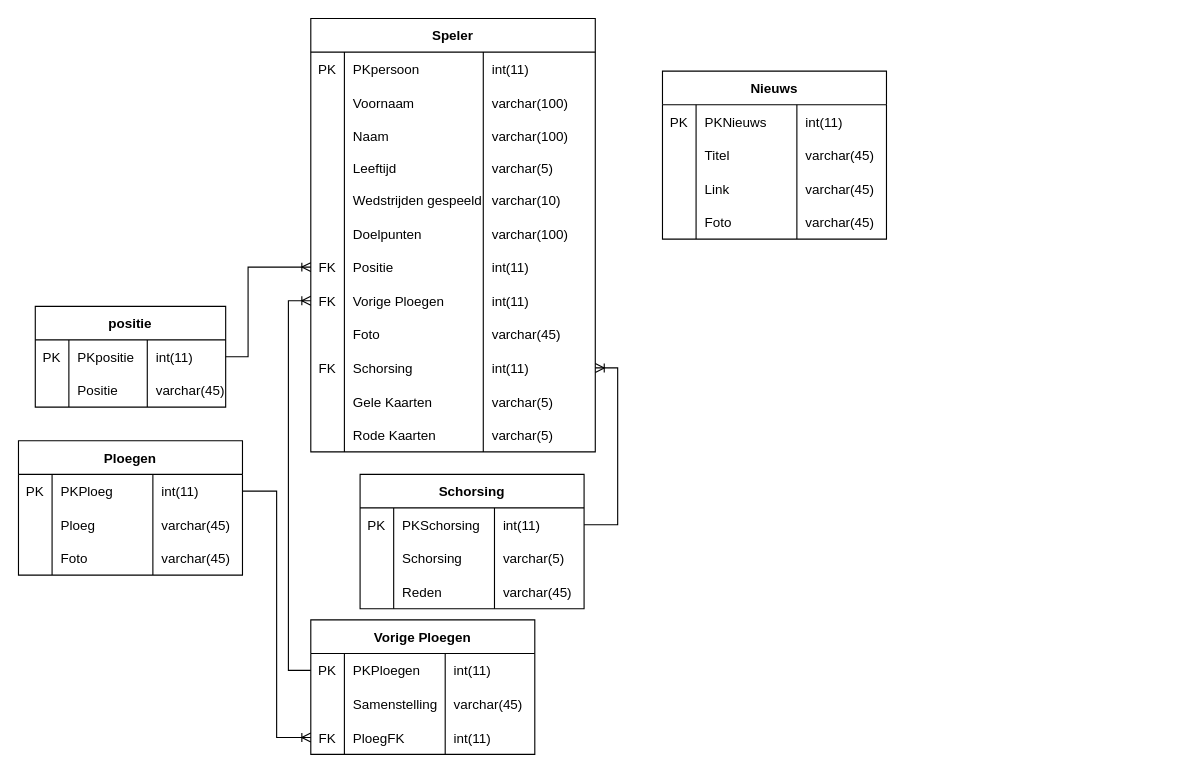
Before: DatbankNeerwinden.drawio in GIP-Qual-IT/Website, a draw.io diagram. Source tidied: cells renumbered, new cells numbered last; positions are measured from the earlier drawing's top-left corner, leaving out a move shared by most shapes. Both pictures are drawn from the tidied source at 112%, with x=0, y=0 at pixel (18, 18).
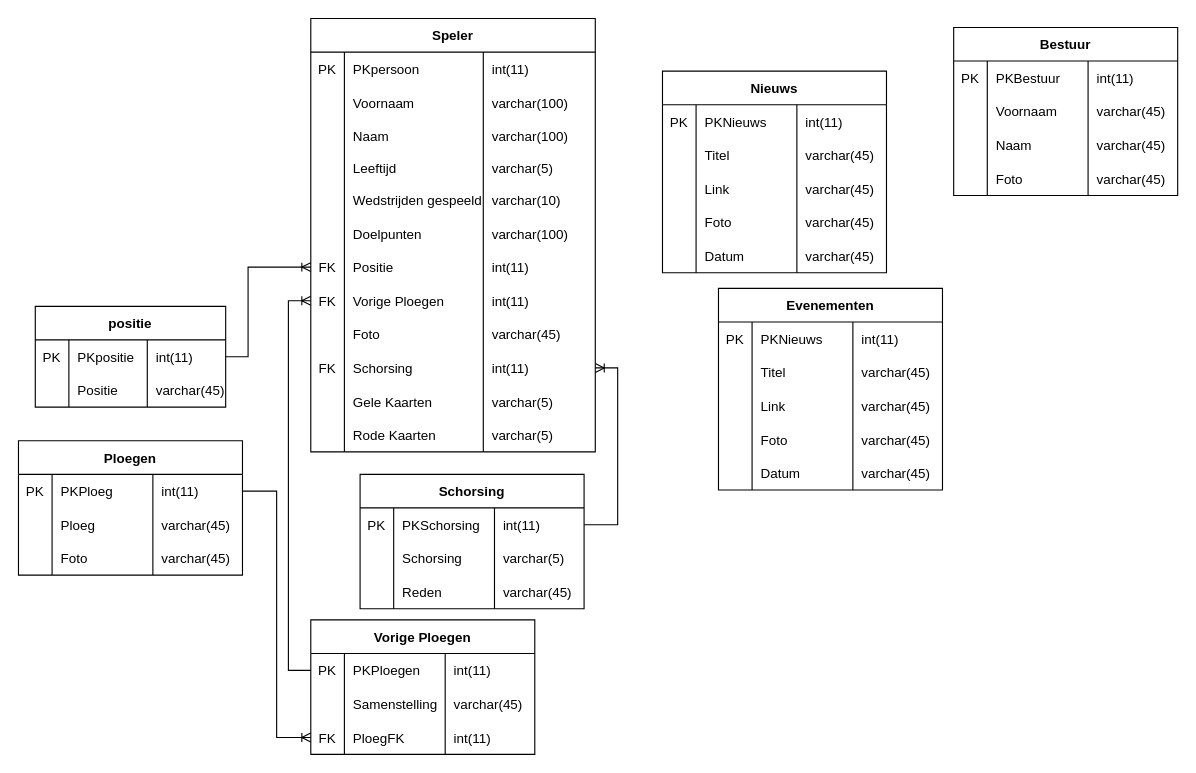
Above is the later version.

Change to the diagram source:
```diff
@@
     <mxCell id="103" value="Nieuws" style="shape=table;startSize=30;childLayout=tableLayout;rowLines=0;fontStyle=1;align=center;rounded=0;" parent="1" vertex="1">
-      <mxGeometry x="575" y="47" width="200" height="150" as="geometry" />
+      <mxGeometry x="575" y="47" width="200" height="180" as="geometry" />
     </mxCell>
@@
+    <mxCell id="120" style="shape=tableRow;horizontal=0;startSize=0;swimlaneHead=0;swimlaneBody=0;fillColor=none;top=0;left=0;right=0;bottom=0;rounded=0;" parent="103" vertex="1">
+      <mxGeometry y="150" width="200" height="30" as="geometry" />
+    </mxCell>
+    <mxCell id="121" style="shape=partialRectangle;overflow=hidden;fillColor=none;top=0;left=0;bottom=0;right=0;rounded=0;" parent="120" vertex="1">
+      <mxGeometry width="30" height="30" as="geometry" />
+    </mxCell>
+    <mxCell id="122" value="Datum" style="shape=partialRectangle;overflow=hidden;fillColor=none;align=left;top=0;left=0;bottom=0;right=0;spacingLeft=6;rounded=0;" parent="120" vertex="1">
+      <mxGeometry x="30" width="90" height="30" as="geometry" />
+    </mxCell>
+    <mxCell id="123" value="varchar(45)" style="shape=partialRectangle;overflow=hidden;fillColor=none;align=left;top=0;left=0;bottom=0;right=0;spacingLeft=6;rounded=0;" parent="120" vertex="1">
+      <mxGeometry x="120" width="80" height="30" as="geometry" />
+    </mxCell>
+    <mxCell id="124" value="Evenementen" style="shape=table;startSize=30;childLayout=tableLayout;rowLines=0;fontStyle=1;align=center;rounded=0;" parent="1" vertex="1">
+      <mxGeometry x="625" y="241" width="200" height="180" as="geometry" />
+    </mxCell>
+    <mxCell id="125" style="shape=tableRow;horizontal=0;startSize=0;swimlaneHead=0;swimlaneBody=0;fillColor=none;top=0;left=0;right=0;bottom=0;rounded=0;" parent="124" vertex="1">
+      <mxGeometry y="30" width="200" height="30" as="geometry" />
+    </mxCell>
+    <mxCell id="126" value="PK" style="shape=partialRectangle;overflow=hidden;fillColor=none;top=0;left=0;bottom=0;right=0;rounded=0;" parent="125" vertex="1">
+      <mxGeometry width="30" height="30" as="geometry" />
+    </mxCell>
+    <mxCell id="127" value="PKNieuws" style="shape=partialRectangle;overflow=hidden;fillColor=none;align=left;top=0;left=0;bottom=0;right=0;spacingLeft=6;rounded=0;" parent="125" vertex="1">
+      <mxGeometry x="30" width="90" height="30" as="geometry" />
+    </mxCell>
+    <mxCell id="128" value="int(11)" style="shape=partialRectangle;overflow=hidden;fillColor=none;align=left;top=0;left=0;bottom=0;right=0;spacingLeft=6;rounded=0;" parent="125" vertex="1">
+      <mxGeometry x="120" width="80" height="30" as="geometry" />
+    </mxCell>
+    <mxCell id="129" style="shape=tableRow;horizontal=0;startSize=0;swimlaneHead=0;swimlaneBody=0;fillColor=none;top=0;left=0;right=0;bottom=0;rounded=0;" parent="124" vertex="1">
+      <mxGeometry y="60" width="200" height="30" as="geometry" />
+    </mxCell>
+    <mxCell id="130" style="shape=partialRectangle;overflow=hidden;fillColor=none;top=0;left=0;bottom=0;right=0;rounded=0;" parent="129" vertex="1">
+      <mxGeometry width="30" height="30" as="geometry" />
+    </mxCell>
+    <mxCell id="131" value="Titel" style="shape=partialRectangle;overflow=hidden;fillColor=none;align=left;top=0;left=0;bottom=0;right=0;spacingLeft=6;rounded=0;" parent="129" vertex="1">
+      <mxGeometry x="30" width="90" height="30" as="geometry" />
+    </mxCell>
+    <mxCell id="132" value="varchar(45)" style="shape=partialRectangle;overflow=hidden;fillColor=none;align=left;top=0;left=0;bottom=0;right=0;spacingLeft=6;rounded=0;" parent="129" vertex="1">
+      <mxGeometry x="120" width="80" height="30" as="geometry" />
+    </mxCell>
+    <mxCell id="133" style="shape=tableRow;horizontal=0;startSize=0;swimlaneHead=0;swimlaneBody=0;fillColor=none;top=0;left=0;right=0;bottom=0;rounded=0;" parent="124" vertex="1">
+      <mxGeometry y="90" width="200" height="30" as="geometry" />
+    </mxCell>
+    <mxCell id="134" style="shape=partialRectangle;overflow=hidden;fillColor=none;top=0;left=0;bottom=0;right=0;rounded=0;" parent="133" vertex="1">
+      <mxGeometry width="30" height="30" as="geometry" />
+    </mxCell>
+    <mxCell id="135" value="Link" style="shape=partialRectangle;overflow=hidden;fillColor=none;align=left;top=0;left=0;bottom=0;right=0;spacingLeft=6;rounded=0;" parent="133" vertex="1">
+      <mxGeometry x="30" width="90" height="30" as="geometry" />
+    </mxCell>
+    <mxCell id="136" value="varchar(45)" style="shape=partialRectangle;overflow=hidden;fillColor=none;align=left;top=0;left=0;bottom=0;right=0;spacingLeft=6;rounded=0;" parent="133" vertex="1">
+      <mxGeometry x="120" width="80" height="30" as="geometry" />
+    </mxCell>
+    <mxCell id="137" style="shape=tableRow;horizontal=0;startSize=0;swimlaneHead=0;swimlaneBody=0;fillColor=none;top=0;left=0;right=0;bottom=0;rounded=0;" parent="124" vertex="1">
+      <mxGeometry y="120" width="200" height="30" as="geometry" />
+    </mxCell>
+    <mxCell id="138" style="shape=partialRectangle;overflow=hidden;fillColor=none;top=0;left=0;bottom=0;right=0;rounded=0;" parent="137" vertex="1">
+      <mxGeometry width="30" height="30" as="geometry" />
+    </mxCell>
+    <mxCell id="139" value="Foto" style="shape=partialRectangle;overflow=hidden;fillColor=none;align=left;top=0;left=0;bottom=0;right=0;spacingLeft=6;rounded=0;" parent="137" vertex="1">
+      <mxGeometry x="30" width="90" height="30" as="geometry" />
+    </mxCell>
+    <mxCell id="140" value="varchar(45)" style="shape=partialRectangle;overflow=hidden;fillColor=none;align=left;top=0;left=0;bottom=0;right=0;spacingLeft=6;rounded=0;" parent="137" vertex="1">
+      <mxGeometry x="120" width="80" height="30" as="geometry" />
+    </mxCell>
+    <mxCell id="141" style="shape=tableRow;horizontal=0;startSize=0;swimlaneHead=0;swimlaneBody=0;fillColor=none;top=0;left=0;right=0;bottom=0;rounded=0;" parent="124" vertex="1">
+      <mxGeometry y="150" width="200" height="30" as="geometry" />
+    </mxCell>
+    <mxCell id="142" style="shape=partialRectangle;overflow=hidden;fillColor=none;top=0;left=0;bottom=0;right=0;rounded=0;" parent="141" vertex="1">
+      <mxGeometry width="30" height="30" as="geometry" />
+    </mxCell>
+    <mxCell id="143" value="Datum" style="shape=partialRectangle;overflow=hidden;fillColor=none;align=left;top=0;left=0;bottom=0;right=0;spacingLeft=6;rounded=0;" parent="141" vertex="1">
+      <mxGeometry x="30" width="90" height="30" as="geometry" />
+    </mxCell>
+    <mxCell id="144" value="varchar(45)" style="shape=partialRectangle;overflow=hidden;fillColor=none;align=left;top=0;left=0;bottom=0;right=0;spacingLeft=6;rounded=0;" parent="141" vertex="1">
+      <mxGeometry x="120" width="80" height="30" as="geometry" />
+    </mxCell>
+    <mxCell id="145" value="Bestuur" style="shape=table;startSize=30;childLayout=tableLayout;rowLines=0;fontStyle=1;align=center;rounded=0;" parent="1" vertex="1">
+      <mxGeometry x="835" y="8" width="200" height="150" as="geometry" />
+    </mxCell>
+    <mxCell id="146" style="shape=tableRow;horizontal=0;startSize=0;swimlaneHead=0;swimlaneBody=0;fillColor=none;top=0;left=0;right=0;bottom=0;rounded=0;" parent="145" vertex="1">
+      <mxGeometry y="30" width="200" height="30" as="geometry" />
+    </mxCell>
+    <mxCell id="147" value="PK" style="shape=partialRectangle;overflow=hidden;fillColor=none;top=0;left=0;bottom=0;right=0;rounded=0;" parent="146" vertex="1">
+      <mxGeometry width="30" height="30" as="geometry" />
+    </mxCell>
+    <mxCell id="148" value="PKBestuur" style="shape=partialRectangle;overflow=hidden;fillColor=none;align=left;top=0;left=0;bottom=0;right=0;spacingLeft=6;rounded=0;" parent="146" vertex="1">
+      <mxGeometry x="30" width="90" height="30" as="geometry" />
+    </mxCell>
+    <mxCell id="149" value="int(11)" style="shape=partialRectangle;overflow=hidden;fillColor=none;align=left;top=0;left=0;bottom=0;right=0;spacingLeft=6;rounded=0;" parent="146" vertex="1">
+      <mxGeometry x="120" width="80" height="30" as="geometry" />
+    </mxCell>
+    <mxCell id="150" style="shape=tableRow;horizontal=0;startSize=0;swimlaneHead=0;swimlaneBody=0;fillColor=none;top=0;left=0;right=0;bottom=0;rounded=0;" parent="145" vertex="1">
+      <mxGeometry y="60" width="200" height="30" as="geometry" />
+    </mxCell>
+    <mxCell id="151" style="shape=partialRectangle;overflow=hidden;fillColor=none;top=0;left=0;bottom=0;right=0;rounded=0;" parent="150" vertex="1">
+      <mxGeometry width="30" height="30" as="geometry" />
+    </mxCell>
+    <mxCell id="152" value="Voornaam" style="shape=partialRectangle;overflow=hidden;fillColor=none;align=left;top=0;left=0;bottom=0;right=0;spacingLeft=6;rounded=0;" parent="150" vertex="1">
+      <mxGeometry x="30" width="90" height="30" as="geometry" />
+    </mxCell>
+    <mxCell id="153" value="varchar(45)" style="shape=partialRectangle;overflow=hidden;fillColor=none;align=left;top=0;left=0;bottom=0;right=0;spacingLeft=6;rounded=0;" parent="150" vertex="1">
+      <mxGeometry x="120" width="80" height="30" as="geometry" />
+    </mxCell>
+    <mxCell id="154" style="shape=tableRow;horizontal=0;startSize=0;swimlaneHead=0;swimlaneBody=0;fillColor=none;top=0;left=0;right=0;bottom=0;rounded=0;" parent="145" vertex="1">
+      <mxGeometry y="90" width="200" height="30" as="geometry" />
+    </mxCell>
+    <mxCell id="155" style="shape=partialRectangle;overflow=hidden;fillColor=none;top=0;left=0;bottom=0;right=0;rounded=0;" parent="154" vertex="1">
+      <mxGeometry width="30" height="30" as="geometry" />
+    </mxCell>
+    <mxCell id="156" value="Naam" style="shape=partialRectangle;overflow=hidden;fillColor=none;align=left;top=0;left=0;bottom=0;right=0;spacingLeft=6;rounded=0;" parent="154" vertex="1">
+      <mxGeometry x="30" width="90" height="30" as="geometry" />
+    </mxCell>
+    <mxCell id="157" value="varchar(45)" style="shape=partialRectangle;overflow=hidden;fillColor=none;align=left;top=0;left=0;bottom=0;right=0;spacingLeft=6;rounded=0;" parent="154" vertex="1">
+      <mxGeometry x="120" width="80" height="30" as="geometry" />
+    </mxCell>
+    <mxCell id="158" style="shape=tableRow;horizontal=0;startSize=0;swimlaneHead=0;swimlaneBody=0;fillColor=none;top=0;left=0;right=0;bottom=0;rounded=0;" parent="145" vertex="1">
+      <mxGeometry y="120" width="200" height="30" as="geometry" />
+    </mxCell>
+    <mxCell id="159" style="shape=partialRectangle;overflow=hidden;fillColor=none;top=0;left=0;bottom=0;right=0;rounded=0;" parent="158" vertex="1">
+      <mxGeometry width="30" height="30" as="geometry" />
+    </mxCell>
+    <mxCell id="160" value="Foto" style="shape=partialRectangle;overflow=hidden;fillColor=none;align=left;top=0;left=0;bottom=0;right=0;spacingLeft=6;rounded=0;" parent="158" vertex="1">
+      <mxGeometry x="30" width="90" height="30" as="geometry" />
+    </mxCell>
+    <mxCell id="161" value="varchar(45)" style="shape=partialRectangle;overflow=hidden;fillColor=none;align=left;top=0;left=0;bottom=0;right=0;spacingLeft=6;rounded=0;" parent="158" vertex="1">
+      <mxGeometry x="120" width="80" height="30" as="geometry" />
+    </mxCell>
```
